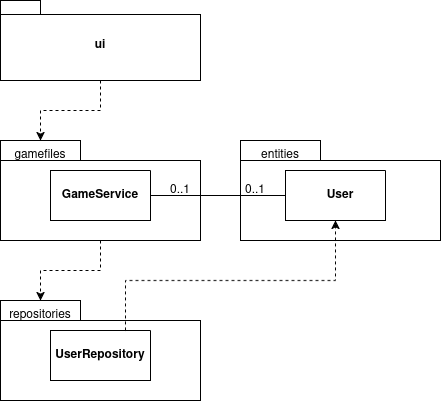
Above: dokumentaatio/kuvat/arkkitehtuuri-pakkaus-luokat.png in jaahauss/ot-harjoitustyo (draw.io), before the change. Source tidied: cells renumbered, new cells last; positions are measured from the earlier drawing's top-left corner, leaving out a move shared by most shapes.
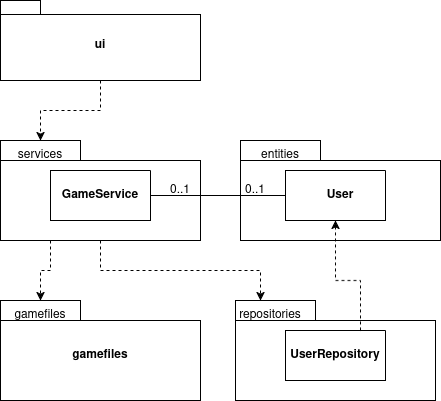
After the change.

What changed in the source:
```diff
@@ -9,8 +9,17 @@
       <mxGeometry width="200" height="80" as="geometry" />
     </mxCell>
     <mxCell id="4" style="edgeStyle=orthogonalEdgeStyle;rounded=0;jettySize=auto;html=1;dashed=1;" parent="1" edge="1" source="5" target="14">
-      <mxGeometry relative="1" as="geometry" />
+      <mxGeometry relative="1" as="geometry">
+        <Array as="points">
+          <mxPoint x="100" y="270" />
+          <mxPoint x="260" y="270" />
+          <mxPoint x="260" y="315" />
+        </Array>
+      </mxGeometry>
     </mxCell>
+    <mxCell id="18" style="edgeStyle=orthogonalEdgeStyle;rounded=0;jettySize=auto;html=1;exitX=0.25;exitY=1;exitDx=0;exitDy=0;exitPerimeter=0;entryX=0.5;entryY=0;entryDx=0;entryDy=0;dashed=1;" parent="1" edge="1" source="5" target="20">
+      <mxGeometry relative="1" as="geometry" />
+    </mxCell>
     <mxCell id="5" value="GameService" style="shape=folder;fontStyle=1;spacingTop=10;tabWidth=80;tabHeight=20;tabPosition=left;html=1;whiteSpace=wrap;" parent="1" vertex="1">
       <mxGeometry y="140" width="200" height="100" as="geometry" />
     </mxCell>
@@ -26,25 +35,25 @@
     <mxCell id="9" value="entities" style="text;html=1;align=center;verticalAlign=middle;whiteSpace=wrap;rounded=0;" parent="1" vertex="1">
       <mxGeometry x="250" y="140" width="60" height="30" as="geometry" />
     </mxCell>
-    <mxCell id="10" value="gamefiles" style="text;html=1;align=center;verticalAlign=middle;whiteSpace=wrap;rounded=0;" parent="1" vertex="1">
+    <mxCell id="10" value="services" style="text;html=1;align=center;verticalAlign=middle;whiteSpace=wrap;rounded=0;" parent="1" vertex="1">
       <mxGeometry x="10" y="140" width="60" height="30" as="geometry" />
     </mxCell>
     <mxCell id="11" value="UserRepository" style="shape=folder;fontStyle=1;spacingTop=10;tabWidth=80;tabHeight=20;tabPosition=left;html=1;whiteSpace=wrap;" parent="1" vertex="1">
-      <mxGeometry y="300" width="200" height="100" as="geometry" />
+      <mxGeometry x="235" y="300" width="200" height="100" as="geometry" />
     </mxCell>
     <mxCell id="12" style="edgeStyle=orthogonalEdgeStyle;rounded=0;jettySize=auto;html=1;exitX=0.75;exitY=0;exitDx=0;exitDy=0;entryX=0.5;entryY=1;entryDx=0;entryDy=0;dashed=1;" parent="1" edge="1" source="13" target="8">
       <mxGeometry relative="1" as="geometry">
         <Array as="points">
-          <mxPoint x="125" y="280" />
+          <mxPoint x="360" y="280" />
           <mxPoint x="335" y="280" />
         </Array>
       </mxGeometry>
     </mxCell>
     <mxCell id="13" style="swimlane;startSize=0;" parent="1" vertex="1">
-      <mxGeometry x="50" y="330" width="100" height="50" as="geometry" />
+      <mxGeometry x="285" y="330" width="100" height="50" as="geometry" />
     </mxCell>
     <mxCell id="14" value="repositories" style="text;html=1;align=center;verticalAlign=middle;whiteSpace=wrap;rounded=0;" parent="1" vertex="1">
-      <mxGeometry x="10" y="300" width="60" height="30" as="geometry" />
+      <mxGeometry x="240" y="300" width="60" height="30" as="geometry" />
     </mxCell>
     <mxCell id="15" style="endArrow=none;html=1;rounded=0;exitX=1;exitY=0.5;exitDx=0;exitDy=0;entryX=0;entryY=0.5;entryDx=0;entryDy=0;" parent="1" edge="1" source="6" target="8">
       <mxGeometry relative="1" as="geometry" />
@@ -55,5 +64,11 @@
     <mxCell id="17" value="0..1" style="text;html=1;align=center;verticalAlign=middle;whiteSpace=wrap;rounded=0;" parent="1" vertex="1">
       <mxGeometry x="225" y="175" width="60" height="30" as="geometry" />
     </mxCell>
+    <mxCell id="19" value="gamefiles" style="shape=folder;fontStyle=1;spacingTop=10;tabWidth=80;tabHeight=20;tabPosition=left;html=1;whiteSpace=wrap;" parent="1" vertex="1">
+      <mxGeometry y="300" width="200" height="100" as="geometry" />
+    </mxCell>
+    <mxCell id="20" value="gamefiles" style="text;html=1;align=center;verticalAlign=middle;whiteSpace=wrap;rounded=0;" parent="1" vertex="1">
+      <mxGeometry x="10" y="300" width="60" height="30" as="geometry" />
+    </mxCell>
   </root>
 </mxGraphModel>
```
